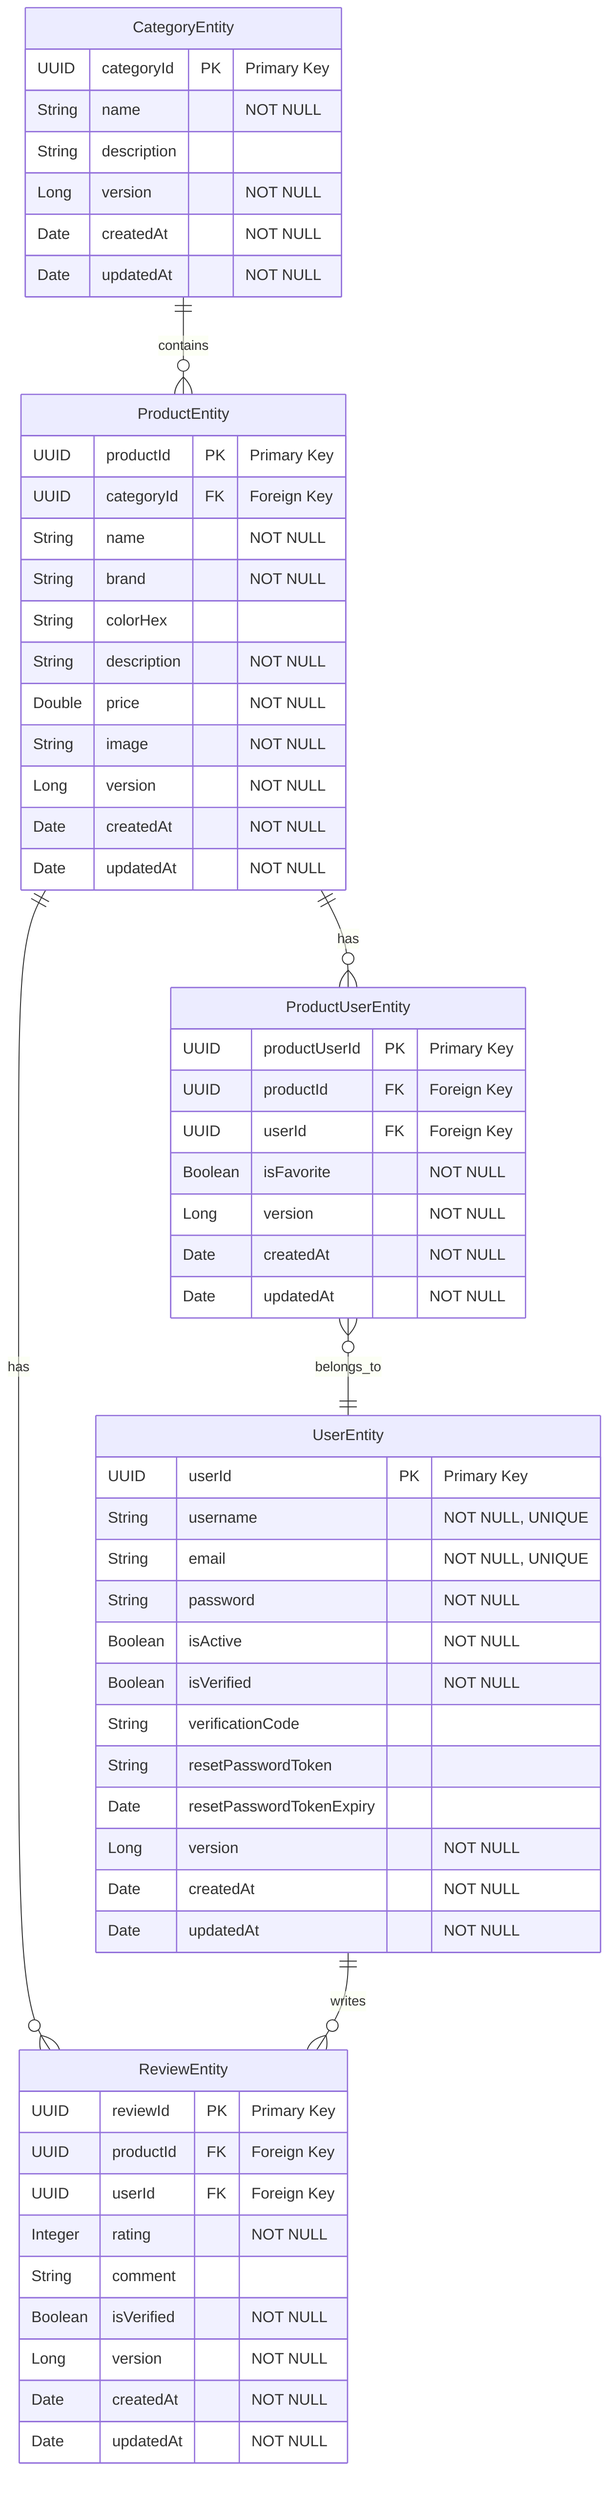
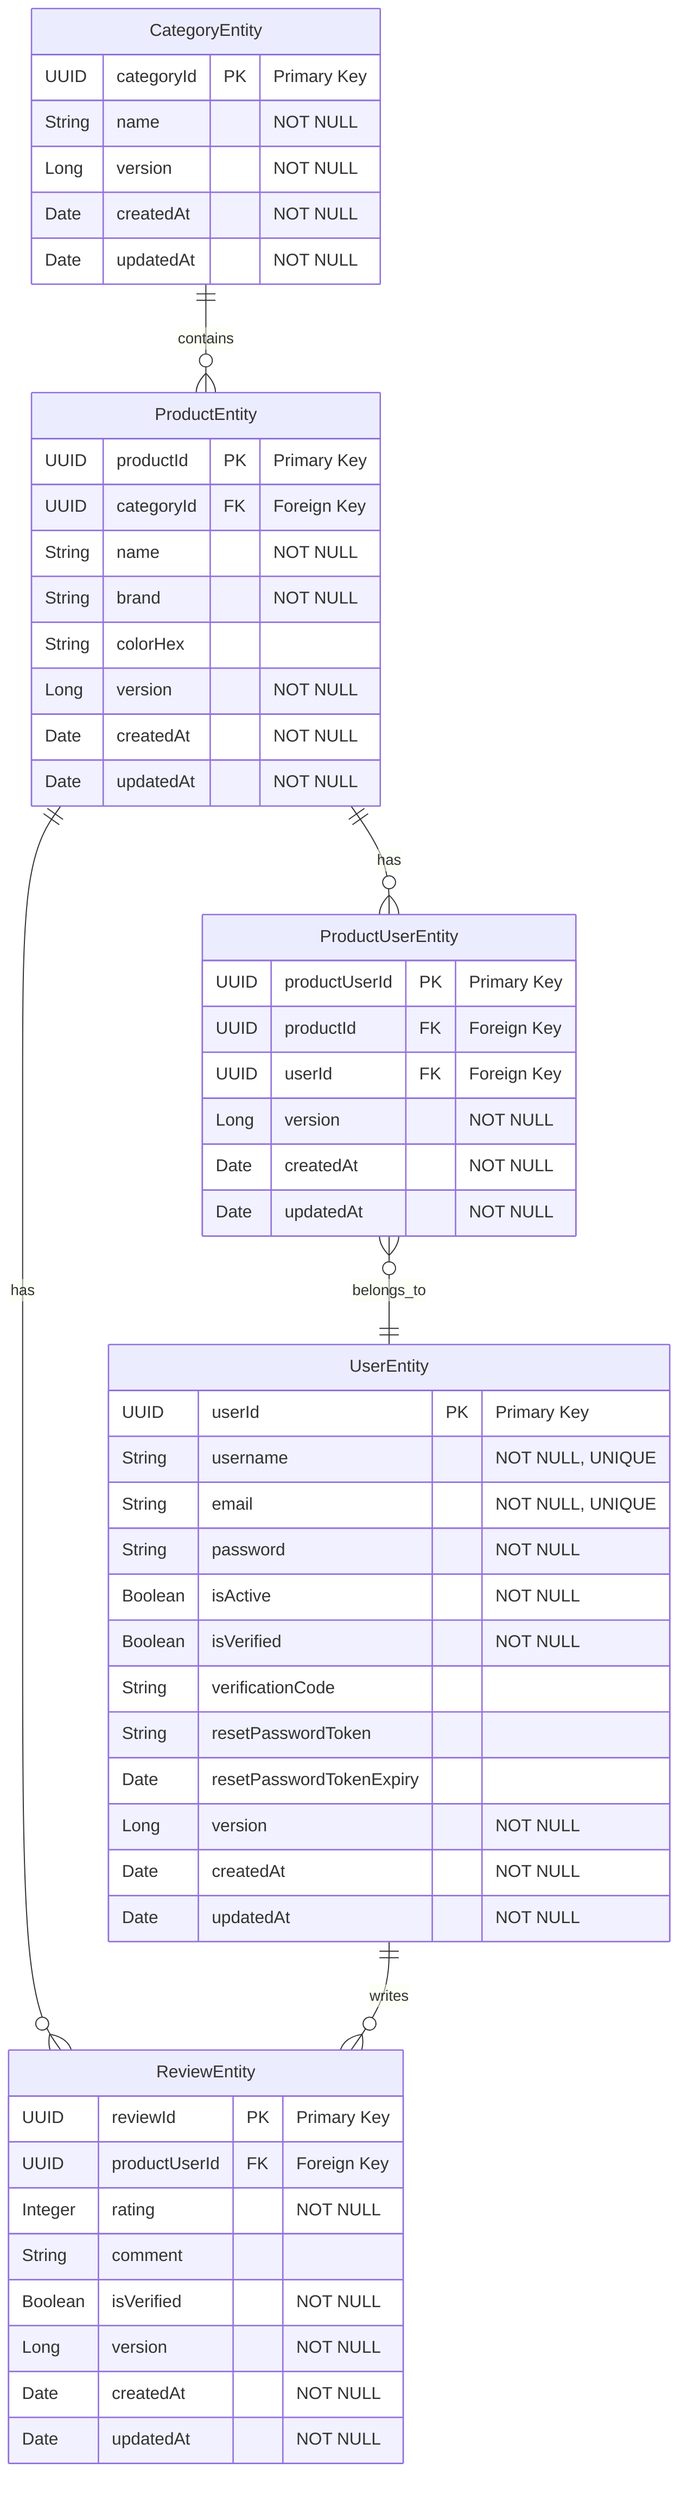
erDiagram
    CategoryEntity ||--o{ ProductEntity : "contains"
    ProductEntity ||--o{ ProductUserEntity : "has"
    ProductEntity ||--o{ ReviewEntity : "has"
    ProductUserEntity }o--|| UserEntity : "belongs_to"
    UserEntity ||--o{ ReviewEntity : "writes"

    CategoryEntity {
        UUID categoryId PK "Primary Key"
        String name "NOT NULL"
-         String description
        Long version "NOT NULL"
        Date createdAt "NOT NULL"
        Date updatedAt "NOT NULL"
    }

    ProductEntity {
        UUID productId PK "Primary Key"
        UUID categoryId FK "Foreign Key"
        String name "NOT NULL"
        String brand "NOT NULL"
        String colorHex
-         String description "NOT NULL"
-         Double price "NOT NULL"
-         String image "NOT NULL"
        Long version "NOT NULL"
        Date createdAt "NOT NULL"
        Date updatedAt "NOT NULL"
    }

    ProductUserEntity {
        UUID productUserId PK "Primary Key"
        UUID productId FK "Foreign Key"
        UUID userId FK "Foreign Key"
-         Boolean isFavorite "NOT NULL"
        Long version "NOT NULL"
        Date createdAt "NOT NULL"
        Date updatedAt "NOT NULL"
    }

    ReviewEntity {
        UUID reviewId PK "Primary Key"
-         UUID productId FK "Foreign Key"
-         UUID userId FK "Foreign Key"
+         UUID productUserId FK "Foreign Key"
        Integer rating "NOT NULL"
        String comment
        Boolean isVerified "NOT NULL"
        Long version "NOT NULL"
        Date createdAt "NOT NULL"
        Date updatedAt "NOT NULL"
    }

    UserEntity {
        UUID userId PK "Primary Key"
        String username "NOT NULL, UNIQUE"
        String email "NOT NULL, UNIQUE"
        String password "NOT NULL"
        Boolean isActive "NOT NULL"
        Boolean isVerified "NOT NULL"
        String verificationCode
        String resetPasswordToken
        Date resetPasswordTokenExpiry
        Long version "NOT NULL"
        Date createdAt "NOT NULL"
        Date updatedAt "NOT NULL"
    }